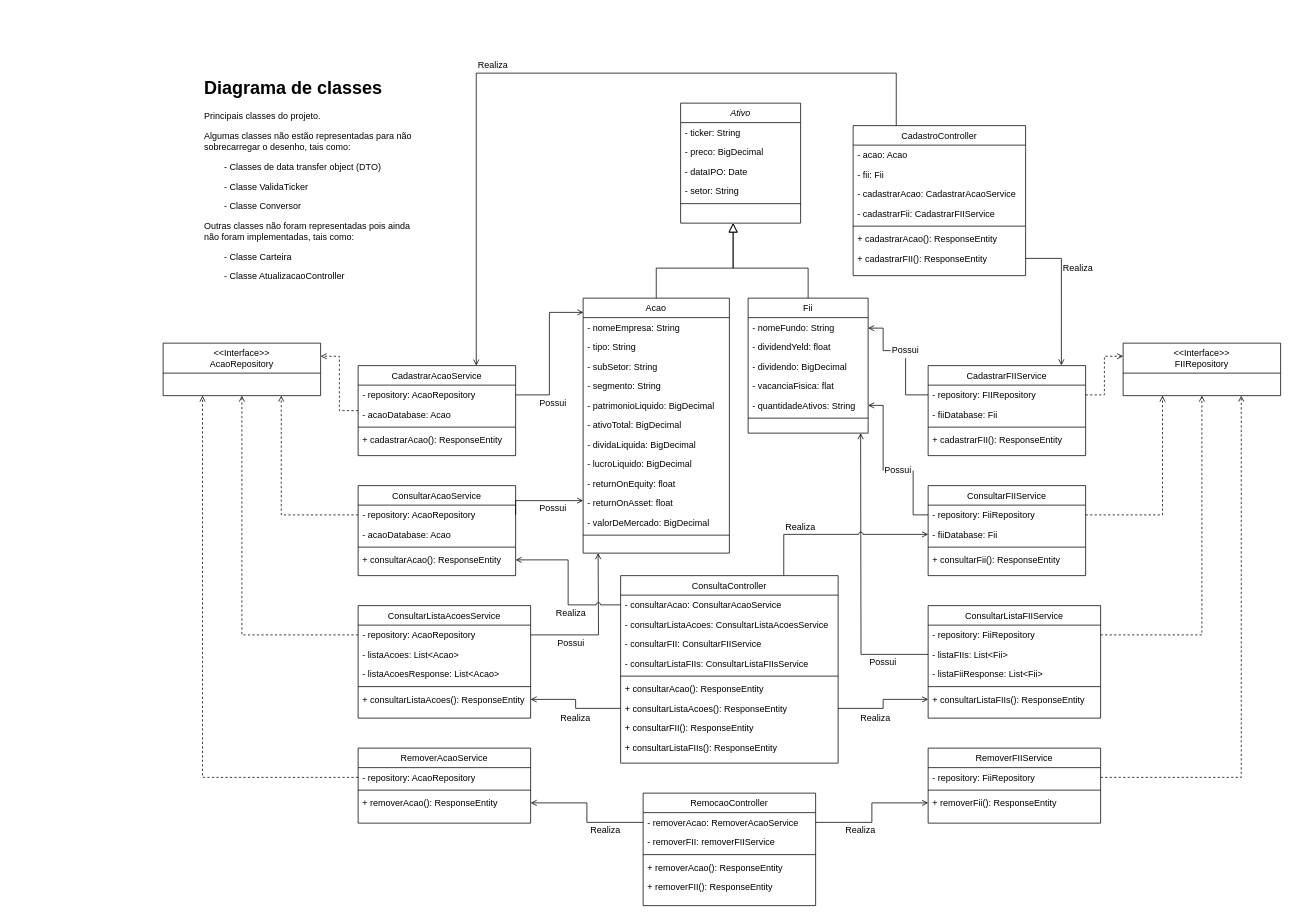
Earlier version of the draw.io diagram uml_projeto_investimentos.drawio (gustavozenke/investimentos). Source tidied: cells renumbered, new cells numbered last; positions are measured from the earlier drawing's top-left corner, leaving out a move shared by most shapes. Both pictures are drawn from the tidied source at 75%, with x=0, y=0 at pixel (163, 58).
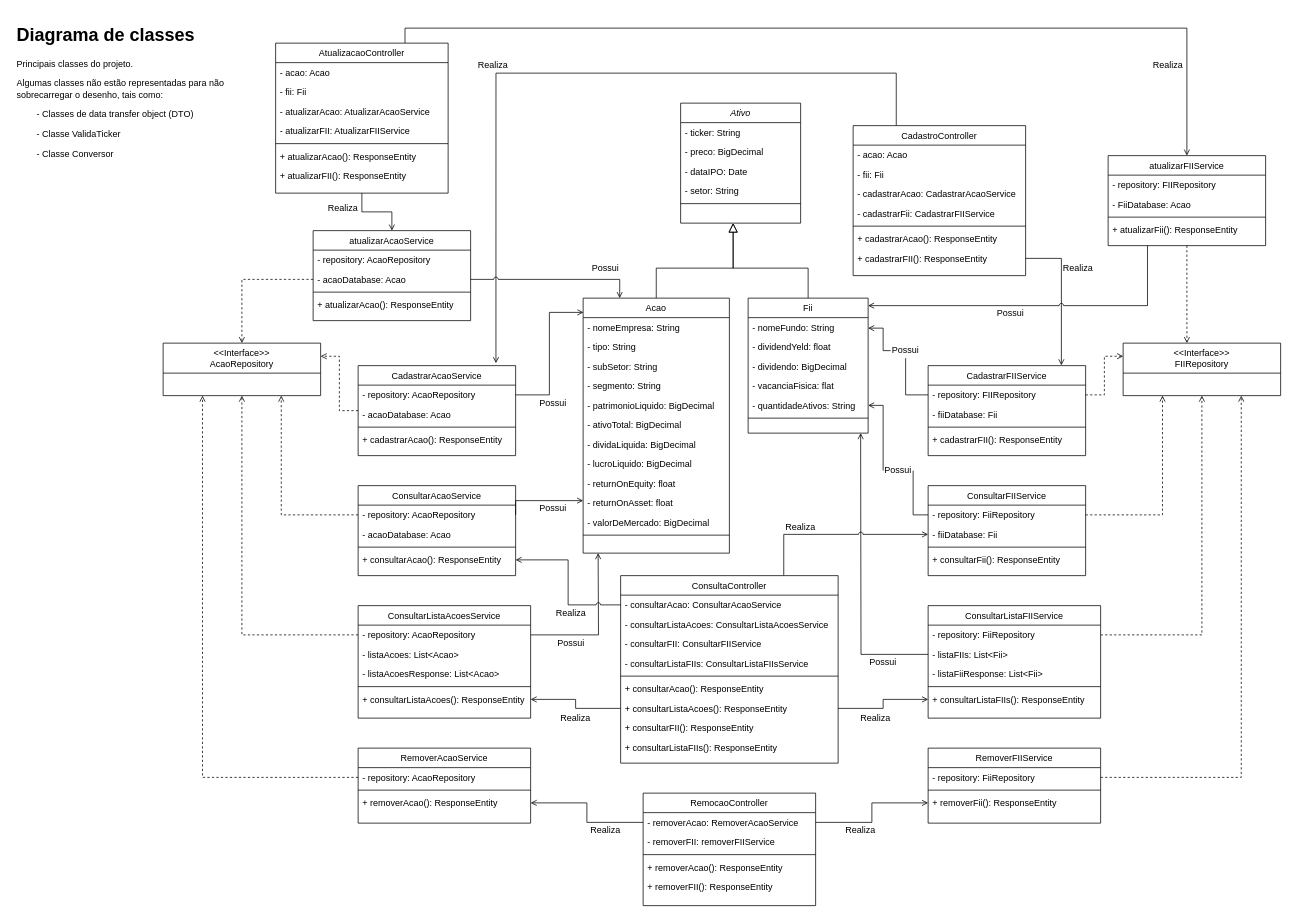
The same diagram, later.

Commit message:
Alteracao do UML para inclusao de classes de atualizacao de recurso

Unchanged cells that the change refers to:
```xml
<mxCell id="8" value="Acao" style="swimlane;fontStyle=0;align=center;verticalAlign=top;horizontal=1;startSize=26;rounded=0;shadow=0;strokeWidth=1;" parent="1" vertex="1">
  <mxGeometry x="560" y="320" width="195" height="340" as="geometry" />
</mxCell>
<mxCell id="31" value="CadastrarAcaoService" style="swimlane;fontStyle=0;align=center;verticalAlign=top;horizontal=1;startSize=26;rounded=0;shadow=0;strokeWidth=1;" parent="1" vertex="1">
  <mxGeometry x="260" y="410" width="210" height="120" as="geometry" />
</mxCell>
<mxCell id="75" value="&lt;&lt;Interface&gt;&gt;&#10;FIIRepository" style="swimlane;fontStyle=0;align=center;verticalAlign=top;horizontal=1;startSize=40;rounded=0;shadow=0;strokeWidth=1;" parent="1" vertex="1">
  <mxGeometry x="1280" y="380" width="210" height="70" as="geometry" />
</mxCell>
<mxCell id="80" value="&lt;&lt;Interface&gt;&gt;&#10;AcaoRepository" style="swimlane;fontStyle=0;align=center;verticalAlign=top;horizontal=1;startSize=40;rounded=0;shadow=0;strokeWidth=1;" parent="1" vertex="1">
  <mxGeometry y="380" width="210" height="70" as="geometry" />
</mxCell>
<mxCell id="85" value="CadastroController" style="swimlane;fontStyle=0;align=center;verticalAlign=top;horizontal=1;startSize=26;rounded=0;shadow=0;strokeWidth=1;" parent="1" vertex="1">
  <mxGeometry x="920" y="90" width="230" height="200" as="geometry" />
</mxCell>
```

The edit, as a diff of the source:
```diff
@@
-    <mxCell id="84" style="edgeStyle=orthogonalEdgeStyle;rounded=0;jumpStyle=arc;jettySize=auto;html=1;exitX=0.25;exitY=0;exitDx=0;exitDy=0;entryX=0.75;entryY=0;entryDx=0;entryDy=0;endArrow=open;endFill=0;" parent="1" edge="1" source="85" target="31">
+    <mxCell id="84" style="edgeStyle=orthogonalEdgeStyle;rounded=0;jumpStyle=arc;jettySize=auto;html=1;exitX=0.25;exitY=0;exitDx=0;exitDy=0;entryX=0.875;entryY=-0.027;entryDx=0;entryDy=0;endArrow=open;endFill=0;entryPerimeter=0;" parent="1" edge="1" source="85" target="31">
       <mxGeometry relative="1" as="geometry">
         <Array as="points">
-          <mxPoint x="978" y="20" />
-          <mxPoint x="418" y="20" />
+          <mxPoint x="977" y="20" />
+          <mxPoint x="444" y="20" />
         </Array>
       </mxGeometry>
     </mxCell>
@@
-    <mxCell id="134" value="&lt;h1&gt;Diagrama de classes&lt;/h1&gt;&lt;p&gt;Principais classes do projeto.&lt;/p&gt;&lt;p&gt;&lt;span&gt;Algumas classes não estão representadas para não sobrecarregar o desenho, tais como&lt;/span&gt;&lt;span&gt;:&lt;/span&gt;&lt;br&gt;&lt;/p&gt;&lt;p&gt;&lt;span&gt;&lt;span style=&quot;white-space: pre&quot;&gt;&#9;&lt;/span&gt;- Classes de data transfer object (DTO)&lt;/span&gt;&lt;/p&gt;&lt;p&gt;&lt;span&gt;&lt;span style=&quot;white-space: pre&quot;&gt;&#9;&lt;/span&gt;- Classe ValidaTicker&lt;/span&gt;&lt;/p&gt;&lt;p&gt;&lt;span&gt;&lt;span style=&quot;white-space: pre&quot;&gt;&#9;&lt;/span&gt;- Classe Conversor&lt;/span&gt;&lt;/p&gt;&lt;p&gt;&lt;span&gt;Outras classes não foram representadas pois ainda não foram implementadas, tais como:&lt;/span&gt;&lt;/p&gt;&lt;p&gt;&lt;span&gt;&lt;span style=&quot;white-space: pre&quot;&gt;&#9;&lt;/span&gt;- Classe Carteira&lt;br&gt;&lt;/span&gt;&lt;/p&gt;&lt;p&gt;&lt;span&gt;&lt;span style=&quot;white-space: pre&quot;&gt;&#9;&lt;/span&gt;- Classe AtualizacaoController&lt;/span&gt;&lt;/p&gt;&lt;p&gt;&lt;span&gt;&lt;br&gt;&lt;/span&gt;&lt;/p&gt;&lt;p&gt;&lt;span&gt;&lt;br&gt;&lt;/span&gt;&lt;/p&gt;&lt;p&gt;&lt;span&gt;&lt;br&gt;&lt;/span&gt;&lt;/p&gt;&lt;p&gt;&lt;br&gt;&lt;/p&gt;" style="text;html=1;strokeColor=none;fillColor=none;spacing=5;spacingTop=-20;whiteSpace=wrap;overflow=hidden;rounded=0;" parent="1" vertex="1">
-      <mxGeometry x="50" y="20" width="290" height="300" as="geometry" />
+    <mxCell id="134" value="&lt;h1&gt;Diagrama de classes&lt;/h1&gt;&lt;p&gt;Principais classes do projeto.&lt;/p&gt;&lt;p&gt;&lt;span&gt;Algumas classes não estão representadas para não sobrecarregar o desenho, tais como&lt;/span&gt;&lt;span&gt;:&lt;/span&gt;&lt;br&gt;&lt;/p&gt;&lt;p&gt;&lt;span&gt;&lt;span style=&quot;white-space: pre&quot;&gt;&#9;&lt;/span&gt;- Classes de data transfer object (DTO)&lt;/span&gt;&lt;/p&gt;&lt;p&gt;&lt;span&gt;&lt;span style=&quot;white-space: pre&quot;&gt;&#9;&lt;/span&gt;- Classe ValidaTicker&lt;/span&gt;&lt;/p&gt;&lt;p&gt;&lt;span&gt;&lt;span style=&quot;white-space: pre&quot;&gt;&#9;&lt;/span&gt;- Classe Conversor&lt;/span&gt;&lt;/p&gt;&lt;p&gt;&lt;span&gt;&lt;br&gt;&lt;/span&gt;&lt;/p&gt;&lt;p&gt;&lt;span&gt;&lt;br&gt;&lt;/span&gt;&lt;/p&gt;&lt;p&gt;&lt;br&gt;&lt;/p&gt;" style="text;html=1;strokeColor=none;fillColor=none;spacing=5;spacingTop=-20;whiteSpace=wrap;overflow=hidden;rounded=0;" parent="1" vertex="1">
+      <mxGeometry x="-200" y="-50" width="290" height="300" as="geometry" />
     </mxCell>
+    <mxCell id="135" style="edgeStyle=orthogonalEdgeStyle;rounded=0;jettySize=auto;html=1;exitX=0.5;exitY=1;exitDx=0;exitDy=0;entryX=0.5;entryY=0;entryDx=0;entryDy=0;endArrow=open;endFill=0;" parent="1" edge="1" source="137" target="145">
+      <mxGeometry relative="1" as="geometry" />
+    </mxCell>
+    <mxCell id="136" style="edgeStyle=orthogonalEdgeStyle;rounded=0;jumpStyle=arc;jettySize=auto;html=1;exitX=0.75;exitY=0;exitDx=0;exitDy=0;entryX=0.5;entryY=0;entryDx=0;entryDy=0;endArrow=open;endFill=0;" parent="1" edge="1" source="137" target="156">
+      <mxGeometry relative="1" as="geometry" />
+    </mxCell>
+    <mxCell id="137" value="AtualizacaoController" style="swimlane;fontStyle=0;align=center;verticalAlign=top;horizontal=1;startSize=26;rounded=0;shadow=0;strokeWidth=1;" parent="1" vertex="1">
+      <mxGeometry x="150" y="-20" width="230" height="200" as="geometry" />
+    </mxCell>
+    <mxCell id="138" value="- acao: Acao" style="text;align=left;verticalAlign=top;spacingLeft=4;spacingRight=4;overflow=hidden;" parent="137" vertex="1">
+      <mxGeometry y="26" width="230" height="26" as="geometry" />
+    </mxCell>
+    <mxCell id="139" value="- fii: Fii" style="text;align=left;verticalAlign=top;spacingLeft=4;spacingRight=4;overflow=hidden;rounded=0;shadow=0;html=0;" parent="137" vertex="1">
+      <mxGeometry y="52" width="230" height="26" as="geometry" />
+    </mxCell>
+    <mxCell id="140" value="- atualizarAcao: AtualizarAcaoService" style="text;align=left;verticalAlign=top;spacingLeft=4;spacingRight=4;overflow=hidden;rounded=0;shadow=0;html=0;" parent="137" vertex="1">
+      <mxGeometry y="78" width="230" height="26" as="geometry" />
+    </mxCell>
+    <mxCell id="141" value="- atualizarFII: AtualizarFIIService" style="text;align=left;verticalAlign=top;spacingLeft=4;spacingRight=4;overflow=hidden;rounded=0;shadow=0;html=0;" parent="137" vertex="1">
+      <mxGeometry y="104" width="230" height="26" as="geometry" />
+    </mxCell>
+    <mxCell id="142" style="line;html=1;strokeWidth=1;align=left;verticalAlign=middle;spacingTop=-1;spacingLeft=3;spacingRight=3;labelPosition=right;" parent="137" vertex="1">
+      <mxGeometry y="130" width="230" height="8" as="geometry" />
+    </mxCell>
+    <mxCell id="143" value="+ atualizarAcao(): ResponseEntity" style="text;align=left;verticalAlign=top;spacingLeft=4;spacingRight=4;overflow=hidden;rounded=0;shadow=0;html=0;" parent="137" vertex="1">
+      <mxGeometry y="138" width="230" height="26" as="geometry" />
+    </mxCell>
+    <mxCell id="144" value="+ atualizarFII(): ResponseEntity" style="text;align=left;verticalAlign=top;spacingLeft=4;spacingRight=4;overflow=hidden;rounded=0;shadow=0;html=0;" parent="137" vertex="1">
+      <mxGeometry y="164" width="230" height="26" as="geometry" />
+    </mxCell>
+    <mxCell id="145" value="atualizarAcaoService" style="swimlane;fontStyle=0;align=center;verticalAlign=top;horizontal=1;startSize=26;rounded=0;shadow=0;strokeWidth=1;" parent="1" vertex="1">
+      <mxGeometry x="200" y="230" width="210" height="120" as="geometry" />
+    </mxCell>
+    <mxCell id="146" value="- repository: AcaoRepository" style="text;align=left;verticalAlign=top;spacingLeft=4;spacingRight=4;overflow=hidden;" parent="145" vertex="1">
+      <mxGeometry y="26" width="210" height="26" as="geometry" />
+    </mxCell>
+    <mxCell id="147" value="- acaoDatabase: Acao" style="text;align=left;verticalAlign=top;spacingLeft=4;spacingRight=4;overflow=hidden;points=[[0,0.5],[1,0.5]];portConstraint=eastwest;rounded=0;shadow=0;html=0;" parent="145" vertex="1">
+      <mxGeometry y="52" width="210" height="26" as="geometry" />
+    </mxCell>
+    <mxCell id="148" style="line;html=1;strokeWidth=1;align=left;verticalAlign=middle;spacingTop=-1;spacingLeft=3;spacingRight=3;labelPosition=right;" parent="145" vertex="1">
+      <mxGeometry y="78" width="210" height="8" as="geometry" />
+    </mxCell>
+    <mxCell id="149" value="+ atualizarAcao(): ResponseEntity" style="text;align=left;verticalAlign=top;spacingLeft=4;spacingRight=4;overflow=hidden;rounded=0;shadow=0;html=0;" parent="145" vertex="1">
+      <mxGeometry y="86" width="210" height="26" as="geometry" />
+    </mxCell>
+    <mxCell id="150" style="edgeStyle=orthogonalEdgeStyle;rounded=0;jettySize=auto;html=1;exitX=1;exitY=0.5;exitDx=0;exitDy=0;entryX=0.25;entryY=0;entryDx=0;entryDy=0;jumpStyle=arc;endArrow=open;endFill=0;" parent="1" edge="1" source="147" target="8">
+      <mxGeometry relative="1" as="geometry" />
+    </mxCell>
+    <mxCell id="151" value="Possui" style="text;html=1;strokeColor=none;fillColor=none;align=center;verticalAlign=middle;whiteSpace=wrap;rounded=0;" parent="1" vertex="1">
+      <mxGeometry x="570" y="270" width="40" height="20" as="geometry" />
+    </mxCell>
+    <mxCell id="152" value="Realiza" style="text;html=1;strokeColor=none;fillColor=none;align=center;verticalAlign=middle;whiteSpace=wrap;rounded=0;" parent="1" vertex="1">
+      <mxGeometry x="220" y="190" width="40" height="20" as="geometry" />
+    </mxCell>
+    <mxCell id="153" style="edgeStyle=orthogonalEdgeStyle;rounded=0;jumpStyle=arc;jettySize=auto;html=1;entryX=0.5;entryY=0;entryDx=0;entryDy=0;dashed=1;endArrow=open;endFill=0;" parent="1" edge="1" source="147" target="80">
+      <mxGeometry relative="1" as="geometry" />
+    </mxCell>
+    <mxCell id="154" style="edgeStyle=orthogonalEdgeStyle;rounded=0;jumpStyle=arc;jettySize=auto;html=1;exitX=0.5;exitY=1;exitDx=0;exitDy=0;entryX=0.405;entryY=0;entryDx=0;entryDy=0;entryPerimeter=0;dashed=1;endArrow=open;endFill=0;" parent="1" edge="1" source="156" target="75">
+      <mxGeometry relative="1" as="geometry" />
+    </mxCell>
+    <mxCell id="155" style="edgeStyle=orthogonalEdgeStyle;rounded=0;jumpStyle=arc;jettySize=auto;html=1;exitX=0.25;exitY=1;exitDx=0;exitDy=0;endArrow=open;endFill=0;" parent="1" edge="1" source="156">
+      <mxGeometry relative="1" as="geometry">
+        <mxPoint x="940" y="330" as="targetPoint" />
+        <Array as="points">
+          <mxPoint x="1313" y="330" />
+          <mxPoint x="940" y="330" />
+        </Array>
+      </mxGeometry>
+    </mxCell>
+    <mxCell id="156" value="atualizarFIIService" style="swimlane;fontStyle=0;align=center;verticalAlign=top;horizontal=1;startSize=26;rounded=0;shadow=0;strokeWidth=1;" parent="1" vertex="1">
+      <mxGeometry x="1260" y="130" width="210" height="120" as="geometry" />
+    </mxCell>
+    <mxCell id="157" value="- repository: FIIRepository" style="text;align=left;verticalAlign=top;spacingLeft=4;spacingRight=4;overflow=hidden;" parent="156" vertex="1">
+      <mxGeometry y="26" width="210" height="26" as="geometry" />
+    </mxCell>
+    <mxCell id="158" value="- FiiDatabase: Acao" style="text;align=left;verticalAlign=top;spacingLeft=4;spacingRight=4;overflow=hidden;rounded=0;shadow=0;html=0;" parent="156" vertex="1">
+      <mxGeometry y="52" width="210" height="26" as="geometry" />
+    </mxCell>
+    <mxCell id="159" style="line;html=1;strokeWidth=1;align=left;verticalAlign=middle;spacingTop=-1;spacingLeft=3;spacingRight=3;labelPosition=right;" parent="156" vertex="1">
+      <mxGeometry y="78" width="210" height="8" as="geometry" />
+    </mxCell>
+    <mxCell id="160" value="+ atualizarFii(): ResponseEntity" style="text;align=left;verticalAlign=top;spacingLeft=4;spacingRight=4;overflow=hidden;rounded=0;shadow=0;html=0;" parent="156" vertex="1">
+      <mxGeometry y="86" width="210" height="26" as="geometry" />
+    </mxCell>
+    <mxCell id="161" value="Possui" style="text;html=1;strokeColor=none;fillColor=none;align=center;verticalAlign=middle;whiteSpace=wrap;rounded=0;" parent="1" vertex="1">
+      <mxGeometry x="1110" y="330" width="40" height="20" as="geometry" />
+    </mxCell>
+    <mxCell id="162" value="Realiza" style="text;html=1;strokeColor=none;fillColor=none;align=center;verticalAlign=middle;whiteSpace=wrap;rounded=0;" parent="1" vertex="1">
+      <mxGeometry x="1320" width="40" height="20" as="geometry" />
+    </mxCell>
```
